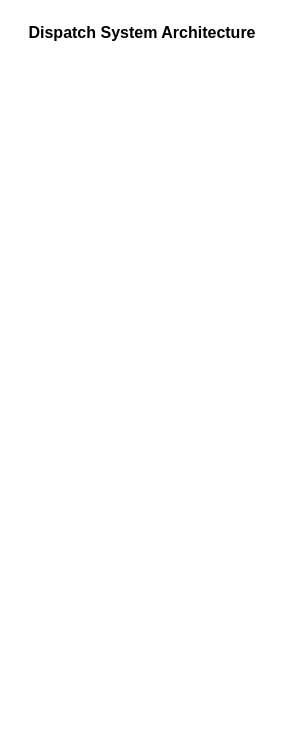
Before: page "Architecture" (1 of 2) of doc/diagrams/dispatch_architecture.drawio in weasdown/dispatch, a draw.io diagram. Source tidied: cells renumbered, new cells numbered last; positions are measured from the earlier drawing's top-left corner, leaving out a move shared by most shapes. Both pictures are drawn from the tidied source at 100%, with x=0, y=0 at pixel (17, 17).
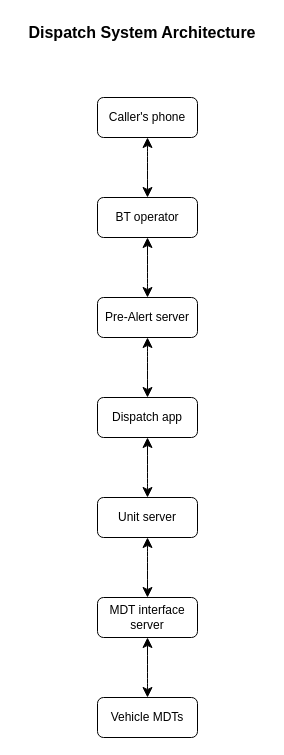
The same page after the edit.

Commit message:
feat: add basic boxes, arrows for required architecture items

What changed in the source:
```diff
@@
 <mxGraphModel>
   <root>
     <mxCell id="0" />
     <mxCell id="1" parent="0" />
     <mxCell id="2" value="&lt;font style=&quot;font-size: 16px;&quot;&gt;&lt;b&gt;Dispatch System Architecture&lt;/b&gt;&lt;/font&gt;" style="text;html=1;align=center;verticalAlign=middle;whiteSpace=wrap;rounded=0;" parent="1" vertex="1">
       <mxGeometry width="250" height="30" as="geometry" />
     </mxCell>
+    <mxCell id="3" parent="0" />
+    <mxCell id="4" value="Pre-Alert server" style="rounded=1;whiteSpace=wrap;html=1;" parent="3" vertex="1">
+      <mxGeometry x="80" y="280" width="100" height="40" as="geometry" />
+    </mxCell>
+    <mxCell id="5" value="BT operator" style="rounded=1;whiteSpace=wrap;html=1;" parent="3" vertex="1">
+      <mxGeometry x="80" y="180" width="100" height="40" as="geometry" />
+    </mxCell>
+    <mxCell id="6" value="Caller's phone" style="rounded=1;whiteSpace=wrap;html=1;" parent="3" vertex="1">
+      <mxGeometry x="80" y="80" width="100" height="40" as="geometry" />
+    </mxCell>
+    <mxCell id="7" value="Dispatch app" style="rounded=1;whiteSpace=wrap;html=1;" parent="3" vertex="1">
+      <mxGeometry x="80" y="380" width="100" height="40" as="geometry" />
+    </mxCell>
+    <mxCell id="8" value="Unit server" style="rounded=1;whiteSpace=wrap;html=1;" parent="3" vertex="1">
+      <mxGeometry x="80" y="480" width="100" height="40" as="geometry" />
+    </mxCell>
+    <mxCell id="9" value="MDT interface server" style="rounded=1;whiteSpace=wrap;html=1;" parent="3" vertex="1">
+      <mxGeometry x="80" y="580" width="100" height="40" as="geometry" />
+    </mxCell>
+    <mxCell id="10" value="Vehicle MDTs" style="rounded=1;whiteSpace=wrap;html=1;" parent="3" vertex="1">
+      <mxGeometry x="80" y="680" width="100" height="40" as="geometry" />
+    </mxCell>
+    <mxCell id="11" style="endArrow=classic;startArrow=classic;html=1;rounded=0;fontSize=12;startSize=8;endSize=8;curved=1;" parent="3" edge="1" source="10" target="9">
+      <mxGeometry relative="1" as="geometry" />
+    </mxCell>
+    <mxCell id="12" style="endArrow=classic;startArrow=classic;html=1;rounded=0;fontSize=12;startSize=8;endSize=8;curved=1;" parent="3" edge="1" source="8" target="9">
+      <mxGeometry relative="1" as="geometry" />
+    </mxCell>
+    <mxCell id="13" style="endArrow=classic;startArrow=classic;html=1;rounded=0;fontSize=12;startSize=8;endSize=8;curved=1;" parent="3" edge="1" source="8" target="7">
+      <mxGeometry relative="1" as="geometry" />
+    </mxCell>
+    <mxCell id="14" style="endArrow=classic;startArrow=classic;html=1;rounded=0;fontSize=12;startSize=8;endSize=8;curved=1;" parent="3" edge="1" source="4" target="7">
+      <mxGeometry relative="1" as="geometry" />
+    </mxCell>
+    <mxCell id="15" style="endArrow=classic;startArrow=classic;html=1;rounded=0;fontSize=12;startSize=8;endSize=8;curved=1;" parent="3" edge="1" source="4" target="5">
+      <mxGeometry relative="1" as="geometry" />
+    </mxCell>
+    <mxCell id="16" style="endArrow=classic;startArrow=classic;html=1;rounded=0;fontSize=12;startSize=8;endSize=8;curved=1;" parent="3" edge="1" source="6" target="5">
+      <mxGeometry relative="1" as="geometry" />
+    </mxCell>
   </root>
 </mxGraphModel>
```
